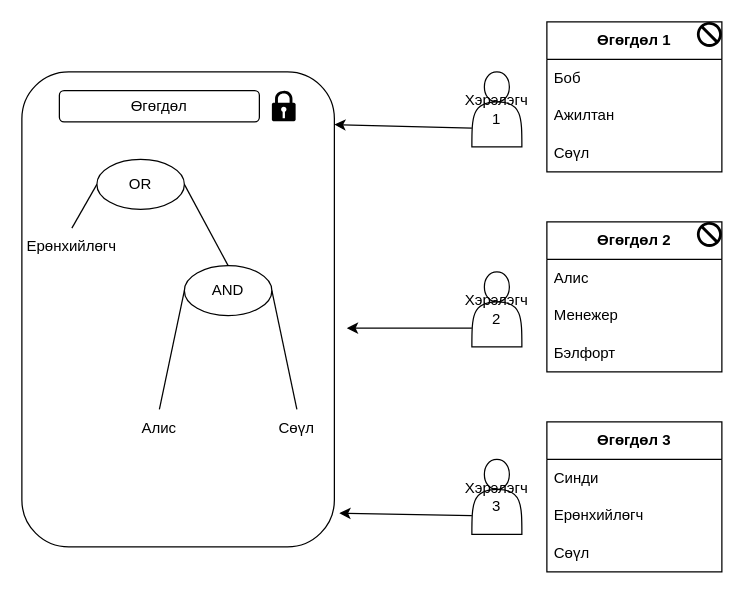
This is draw.io/cp-abe.drawio from myagmartseren/pre_report, a draw.io file, before an edit. Source tidied: cells renumbered, new cells numbered last; positions are measured from the earlier drawing's top-left corner, leaving out a move shared by most shapes. Both pictures are drawn from the tidied source at 125%, with x=0, y=0 at pixel (21, 21).
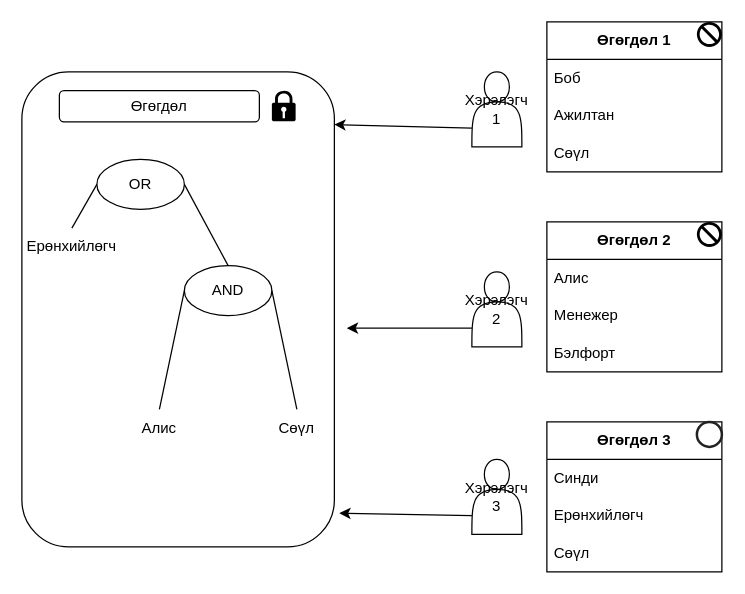
After the change.

The edit, as a diff of the source:
```diff
@@
+    <mxCell id="34" style="html=1;verticalLabelPosition=bottom;labelBackgroundColor=#ffffff;verticalAlign=top;shadow=0;dashed=0;strokeWidth=2;shape=mxgraph.ios7.misc.circle;strokeColor=#222222;fillColor=none;" parent="1" vertex="1">
+      <mxGeometry x="540" y="320" width="20" height="20" as="geometry" />
+    </mxCell>
```
